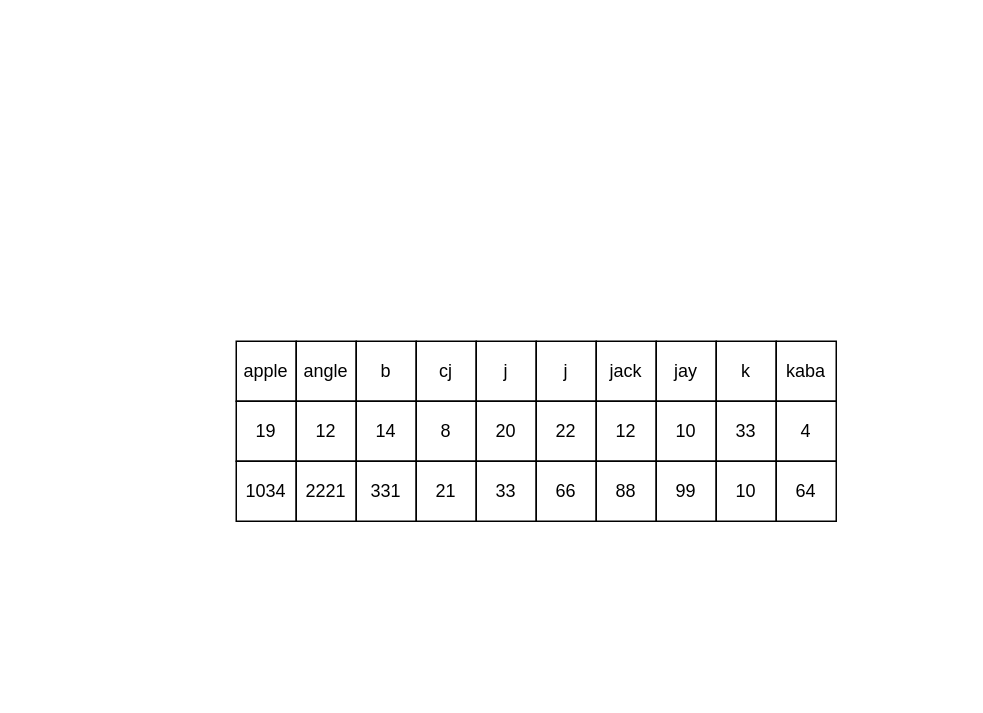
This is mysql/索引/q4.drawio from xiaolincoder/ImageHost4, a draw.io file, before an edit. Source tidied: cells renumbered, new cells numbered last; positions are measured from the earlier drawing's top-left corner, leaving out a move shared by most shapes. Both pictures are drawn from the tidied source at 150%, with x=0, y=0 at pixel (236, 340).
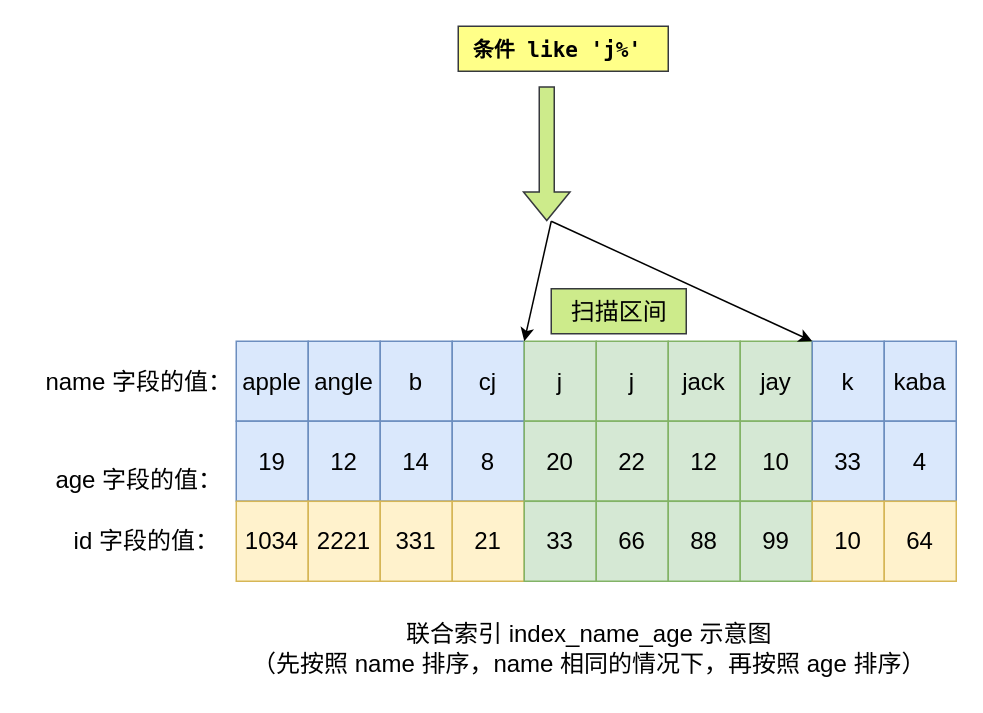
After the change.

The edit, as a diff of the source:
```diff
@@
-    <mxCell id="2" value="apple" style="rounded=0;whiteSpace=wrap;html=1;" parent="1" vertex="1">
-      <mxGeometry width="40" height="40" as="geometry" />
+    <mxCell id="2" value="apple" style="rounded=0;whiteSpace=wrap;html=1;fontSize=16;fillColor=#dae8fc;strokeColor=#6c8ebf;" parent="1" vertex="1">
+      <mxGeometry width="48" height="53.3" as="geometry" />
     </mxCell>
-    <mxCell id="3" value="angle" style="rounded=0;whiteSpace=wrap;html=1;" parent="1" vertex="1">
-      <mxGeometry x="40" width="40" height="40" as="geometry" />
+    <mxCell id="3" value="angle" style="rounded=0;whiteSpace=wrap;html=1;fontSize=16;fillColor=#dae8fc;strokeColor=#6c8ebf;" parent="1" vertex="1">
+      <mxGeometry x="48" width="48" height="53.3" as="geometry" />
     </mxCell>
-    <mxCell id="4" value="b" style="rounded=0;whiteSpace=wrap;html=1;" parent="1" vertex="1">
-      <mxGeometry x="80" width="40" height="40" as="geometry" />
+    <mxCell id="4" value="b" style="rounded=0;whiteSpace=wrap;html=1;fontSize=16;fillColor=#dae8fc;strokeColor=#6c8ebf;" parent="1" vertex="1">
+      <mxGeometry x="96" width="48" height="53.3" as="geometry" />
     </mxCell>
-    <mxCell id="5" value="cj" style="rounded=0;whiteSpace=wrap;html=1;" parent="1" vertex="1">
-      <mxGeometry x="120" width="40" height="40" as="geometry" />
+    <mxCell id="5" value="cj" style="rounded=0;whiteSpace=wrap;html=1;fontSize=16;fillColor=#dae8fc;strokeColor=#6c8ebf;" parent="1" vertex="1">
+      <mxGeometry x="144" width="48" height="53.3" as="geometry" />
     </mxCell>
-    <mxCell id="6" value="j" style="rounded=0;whiteSpace=wrap;html=1;" parent="1" vertex="1">
-      <mxGeometry x="160" width="40" height="40" as="geometry" />
+    <mxCell id="6" value="j" style="rounded=0;whiteSpace=wrap;html=1;fontSize=16;fillColor=#d5e8d4;strokeColor=#82b366;" parent="1" vertex="1">
+      <mxGeometry x="192" width="48" height="53.3" as="geometry" />
     </mxCell>
-    <mxCell id="7" value="j" style="rounded=0;whiteSpace=wrap;html=1;" parent="1" vertex="1">
-      <mxGeometry x="200" width="40" height="40" as="geometry" />
+    <mxCell id="7" value="j" style="rounded=0;whiteSpace=wrap;html=1;fontSize=16;fillColor=#d5e8d4;strokeColor=#82b366;" parent="1" vertex="1">
+      <mxGeometry x="240" width="48" height="53.3" as="geometry" />
     </mxCell>
-    <mxCell id="8" value="jack" style="rounded=0;whiteSpace=wrap;html=1;" parent="1" vertex="1">
-      <mxGeometry x="240" width="40" height="40" as="geometry" />
+    <mxCell id="8" value="jack" style="rounded=0;whiteSpace=wrap;html=1;fontSize=16;fillColor=#d5e8d4;strokeColor=#82b366;" parent="1" vertex="1">
+      <mxGeometry x="288" width="48" height="53.3" as="geometry" />
     </mxCell>
-    <mxCell id="9" value="jay" style="rounded=0;whiteSpace=wrap;html=1;" parent="1" vertex="1">
-      <mxGeometry x="280" width="40" height="40" as="geometry" />
+    <mxCell id="9" value="jay" style="rounded=0;whiteSpace=wrap;html=1;fontSize=16;fillColor=#d5e8d4;strokeColor=#82b366;" parent="1" vertex="1">
+      <mxGeometry x="336" width="48" height="53.3" as="geometry" />
     </mxCell>
-    <mxCell id="10" value="k" style="rounded=0;whiteSpace=wrap;html=1;" parent="1" vertex="1">
-      <mxGeometry x="320" width="40" height="40" as="geometry" />
+    <mxCell id="10" value="k" style="rounded=0;whiteSpace=wrap;html=1;fontSize=16;fillColor=#dae8fc;strokeColor=#6c8ebf;" parent="1" vertex="1">
+      <mxGeometry x="384" width="48" height="53.3" as="geometry" />
     </mxCell>
-    <mxCell id="11" value="kaba" style="rounded=0;whiteSpace=wrap;html=1;" parent="1" vertex="1">
-      <mxGeometry x="360" width="40" height="40" as="geometry" />
+    <mxCell id="11" value="kaba" style="rounded=0;whiteSpace=wrap;html=1;fontSize=16;fillColor=#dae8fc;strokeColor=#6c8ebf;" parent="1" vertex="1">
+      <mxGeometry x="432" width="48" height="53.3" as="geometry" />
     </mxCell>
-    <mxCell id="12" value="19" style="rounded=0;whiteSpace=wrap;html=1;" parent="1" vertex="1">
-      <mxGeometry y="40" width="40" height="40" as="geometry" />
+    <mxCell id="12" value="19" style="rounded=0;whiteSpace=wrap;html=1;fontSize=16;fillColor=#dae8fc;strokeColor=#6c8ebf;" parent="1" vertex="1">
+      <mxGeometry y="53.3" width="48" height="53.3" as="geometry" />
     </mxCell>
-    <mxCell id="13" value="12" style="rounded=0;whiteSpace=wrap;html=1;" parent="1" vertex="1">
-      <mxGeometry x="40" y="40" width="40" height="40" as="geometry" />
+    <mxCell id="13" value="12" style="rounded=0;whiteSpace=wrap;html=1;fontSize=16;fillColor=#dae8fc;strokeColor=#6c8ebf;" parent="1" vertex="1">
+      <mxGeometry x="48" y="53.3" width="48" height="53.3" as="geometry" />
     </mxCell>
-    <mxCell id="14" value="14" style="rounded=0;whiteSpace=wrap;html=1;" parent="1" vertex="1">
-      <mxGeometry x="80" y="40" width="40" height="40" as="geometry" />
+    <mxCell id="14" value="14" style="rounded=0;whiteSpace=wrap;html=1;fontSize=16;fillColor=#dae8fc;strokeColor=#6c8ebf;" parent="1" vertex="1">
+      <mxGeometry x="96" y="53.3" width="48" height="53.3" as="geometry" />
     </mxCell>
-    <mxCell id="15" value="8" style="rounded=0;whiteSpace=wrap;html=1;" parent="1" vertex="1">
-      <mxGeometry x="120" y="40" width="40" height="40" as="geometry" />
+    <mxCell id="15" value="8" style="rounded=0;whiteSpace=wrap;html=1;fontSize=16;fillColor=#dae8fc;strokeColor=#6c8ebf;" parent="1" vertex="1">
+      <mxGeometry x="144" y="53.3" width="48" height="53.3" as="geometry" />
     </mxCell>
-    <mxCell id="16" value="20" style="rounded=0;whiteSpace=wrap;html=1;" parent="1" vertex="1">
-      <mxGeometry x="160" y="40" width="40" height="40" as="geometry" />
+    <mxCell id="16" value="20" style="rounded=0;whiteSpace=wrap;html=1;fontSize=16;fillColor=#d5e8d4;strokeColor=#82b366;" parent="1" vertex="1">
+      <mxGeometry x="192" y="53.3" width="48" height="53.3" as="geometry" />
     </mxCell>
-    <mxCell id="17" value="22" style="rounded=0;whiteSpace=wrap;html=1;" parent="1" vertex="1">
-      <mxGeometry x="200" y="40" width="40" height="40" as="geometry" />
+    <mxCell id="17" value="22" style="rounded=0;whiteSpace=wrap;html=1;fontSize=16;fillColor=#d5e8d4;strokeColor=#82b366;" parent="1" vertex="1">
+      <mxGeometry x="240" y="53.3" width="48" height="53.3" as="geometry" />
     </mxCell>
-    <mxCell id="18" value="12" style="rounded=0;whiteSpace=wrap;html=1;" parent="1" vertex="1">
-      <mxGeometry x="240" y="40" width="40" height="40" as="geometry" />
+    <mxCell id="18" value="12" style="rounded=0;whiteSpace=wrap;html=1;fontSize=16;fillColor=#d5e8d4;strokeColor=#82b366;" parent="1" vertex="1">
+      <mxGeometry x="288" y="53.3" width="48" height="53.3" as="geometry" />
     </mxCell>
-    <mxCell id="19" value="10" style="rounded=0;whiteSpace=wrap;html=1;" parent="1" vertex="1">
-      <mxGeometry x="280" y="40" width="40" height="40" as="geometry" />
+    <mxCell id="19" value="10" style="rounded=0;whiteSpace=wrap;html=1;fontSize=16;fillColor=#d5e8d4;strokeColor=#82b366;" parent="1" vertex="1">
+      <mxGeometry x="336" y="53.3" width="48" height="53.3" as="geometry" />
     </mxCell>
-    <mxCell id="20" value="33" style="rounded=0;whiteSpace=wrap;html=1;" parent="1" vertex="1">
-      <mxGeometry x="320" y="40" width="40" height="40" as="geometry" />
+    <mxCell id="20" value="33" style="rounded=0;whiteSpace=wrap;html=1;fontSize=16;fillColor=#dae8fc;strokeColor=#6c8ebf;" parent="1" vertex="1">
+      <mxGeometry x="384" y="53.3" width="48" height="53.3" as="geometry" />
     </mxCell>
-    <mxCell id="21" value="4" style="rounded=0;whiteSpace=wrap;html=1;" parent="1" vertex="1">
-      <mxGeometry x="360" y="40" width="40" height="40" as="geometry" />
+    <mxCell id="21" value="4" style="rounded=0;whiteSpace=wrap;html=1;fontSize=16;fillColor=#dae8fc;strokeColor=#6c8ebf;" parent="1" vertex="1">
+      <mxGeometry x="432" y="53.3" width="48" height="53.3" as="geometry" />
     </mxCell>
-    <mxCell id="22" value="1034" style="rounded=0;whiteSpace=wrap;html=1;" parent="1" vertex="1">
-      <mxGeometry y="80" width="40" height="40" as="geometry" />
+    <mxCell id="22" value="1034" style="rounded=0;whiteSpace=wrap;html=1;fontSize=16;fillColor=#fff2cc;strokeColor=#d6b656;" parent="1" vertex="1">
+      <mxGeometry y="106.7" width="48" height="53.3" as="geometry" />
     </mxCell>
-    <mxCell id="23" value="2221" style="rounded=0;whiteSpace=wrap;html=1;" parent="1" vertex="1">
-      <mxGeometry x="40" y="80" width="40" height="40" as="geometry" />
+    <mxCell id="23" value="2221" style="rounded=0;whiteSpace=wrap;html=1;fontSize=16;fillColor=#fff2cc;strokeColor=#d6b656;" parent="1" vertex="1">
+      <mxGeometry x="48" y="106.7" width="48" height="53.3" as="geometry" />
     </mxCell>
-    <mxCell id="24" value="331" style="rounded=0;whiteSpace=wrap;html=1;" parent="1" vertex="1">
-      <mxGeometry x="80" y="80" width="40" height="40" as="geometry" />
+    <mxCell id="24" value="331" style="rounded=0;whiteSpace=wrap;html=1;fontSize=16;fillColor=#fff2cc;strokeColor=#d6b656;" parent="1" vertex="1">
+      <mxGeometry x="96" y="106.7" width="48" height="53.3" as="geometry" />
     </mxCell>
-    <mxCell id="25" value="21" style="rounded=0;whiteSpace=wrap;html=1;" parent="1" vertex="1">
-      <mxGeometry x="120" y="80" width="40" height="40" as="geometry" />
+    <mxCell id="25" value="21" style="rounded=0;whiteSpace=wrap;html=1;fontSize=16;fillColor=#fff2cc;strokeColor=#d6b656;" parent="1" vertex="1">
+      <mxGeometry x="144" y="106.7" width="48" height="53.3" as="geometry" />
     </mxCell>
-    <mxCell id="26" value="33" style="rounded=0;whiteSpace=wrap;html=1;" parent="1" vertex="1">
-      <mxGeometry x="160" y="80" width="40" height="40" as="geometry" />
+    <mxCell id="26" value="33" style="rounded=0;whiteSpace=wrap;html=1;fontSize=16;fillColor=#d5e8d4;strokeColor=#82b366;" parent="1" vertex="1">
+      <mxGeometry x="192" y="106.7" width="48" height="53.3" as="geometry" />
     </mxCell>
-    <mxCell id="27" value="66" style="rounded=0;whiteSpace=wrap;html=1;" parent="1" vertex="1">
-      <mxGeometry x="200" y="80" width="40" height="40" as="geometry" />
+    <mxCell id="27" value="66" style="rounded=0;whiteSpace=wrap;html=1;fontSize=16;fillColor=#d5e8d4;strokeColor=#82b366;" parent="1" vertex="1">
+      <mxGeometry x="240" y="106.7" width="48" height="53.3" as="geometry" />
     </mxCell>
-    <mxCell id="28" value="88" style="rounded=0;whiteSpace=wrap;html=1;" parent="1" vertex="1">
-      <mxGeometry x="240" y="80" width="40" height="40" as="geometry" />
+    <mxCell id="28" value="88" style="rounded=0;whiteSpace=wrap;html=1;fontSize=16;fillColor=#d5e8d4;strokeColor=#82b366;" parent="1" vertex="1">
+      <mxGeometry x="288" y="106.7" width="48" height="53.3" as="geometry" />
     </mxCell>
-    <mxCell id="29" value="99" style="rounded=0;whiteSpace=wrap;html=1;" parent="1" vertex="1">
-      <mxGeometry x="280" y="80" width="40" height="40" as="geometry" />
+    <mxCell id="29" value="99" style="rounded=0;whiteSpace=wrap;html=1;fontSize=16;fillColor=#d5e8d4;strokeColor=#82b366;" parent="1" vertex="1">
+      <mxGeometry x="336" y="106.7" width="48" height="53.3" as="geometry" />
     </mxCell>
-    <mxCell id="30" value="10" style="rounded=0;whiteSpace=wrap;html=1;" parent="1" vertex="1">
-      <mxGeometry x="320" y="80" width="40" height="40" as="geometry" />
+    <mxCell id="30" value="10" style="rounded=0;whiteSpace=wrap;html=1;fontSize=16;fillColor=#fff2cc;strokeColor=#d6b656;" parent="1" vertex="1">
+      <mxGeometry x="384" y="106.7" width="48" height="53.3" as="geometry" />
     </mxCell>
-    <mxCell id="31" value="64" style="rounded=0;whiteSpace=wrap;html=1;" parent="1" vertex="1">
-      <mxGeometry x="360" y="80" width="40" height="40" as="geometry" />
+    <mxCell id="31" value="64" style="rounded=0;whiteSpace=wrap;html=1;fontSize=16;fillColor=#fff2cc;strokeColor=#d6b656;" parent="1" vertex="1">
+      <mxGeometry x="432" y="106.7" width="48" height="53.3" as="geometry" />
     </mxCell>
+    <mxCell id="32" value="id 字段的值：" style="text;html=1;align=center;verticalAlign=middle;strokeColor=none;fillColor=none;fontSize=16;" parent="1" vertex="1">
+      <mxGeometry x="-120" y="118.3" width="120" height="30" as="geometry" />
+    </mxCell>
+    <mxCell id="33" value="age 字段的值：" style="text;html=1;align=center;verticalAlign=middle;strokeColor=none;fillColor=none;fontSize=16;" parent="1" vertex="1">
+      <mxGeometry x="-130" y="76.7" width="130" height="30" as="geometry" />
+    </mxCell>
+    <mxCell id="34" value="name 字段的值：" style="text;html=1;align=center;verticalAlign=middle;strokeColor=none;fillColor=none;fontSize=16;" parent="1" vertex="1">
+      <mxGeometry x="-140" y="11.7" width="150" height="30" as="geometry" />
+    </mxCell>
+    <mxCell id="35" value="联合索引 index_name_age 示意图&lt;br&gt;（先按照 name 排序，name 相同的情况下，再按照 age 排序）" style="text;html=1;align=center;verticalAlign=middle;strokeColor=none;fillColor=none;fontSize=16;" parent="1" vertex="1">
+      <mxGeometry y="180" width="470" height="50" as="geometry" />
+    </mxCell>
+    <mxCell id="36" style="shape=flexArrow;endArrow=classic;html=1;rounded=0;fontSize=16;fillColor=#cdeb8b;strokeColor=#36393d;" parent="1" edge="1">
+      <mxGeometry relative="1" as="geometry">
+        <mxPoint x="207" y="-170" as="sourcePoint" />
+        <mxPoint x="207" y="-80" as="targetPoint" />
+      </mxGeometry>
+    </mxCell>
+    <mxCell id="37" value="&lt;span style=&quot;caret-color: rgb(157, 162, 166); font-family: Monaco, Consolas, &amp;quot;Andale Mono&amp;quot;, &amp;quot;DejaVu Sans Mono&amp;quot;, monospace; font-size: 14px; orphans: 4; text-align: left; text-size-adjust: auto;&quot;&gt;条件 like 'j%'&amp;nbsp;&lt;/span&gt;" style="text;html=1;align=center;verticalAlign=middle;strokeColor=#36393d;fillColor=#ffff88;fontSize=16;labelBackgroundColor=none;fontStyle=1;" parent="1" vertex="1">
+      <mxGeometry x="148" y="-210" width="140" height="30" as="geometry" />
+    </mxCell>
+    <mxCell id="38" style="endArrow=classic;html=1;rounded=0;fontSize=16;fontColor=#000000;entryX=0;entryY=0;entryDx=0;entryDy=0;" parent="1" edge="1" target="6">
+      <mxGeometry relative="1" as="geometry">
+        <mxPoint x="210" y="-80" as="sourcePoint" />
+      </mxGeometry>
+    </mxCell>
+    <mxCell id="39" style="endArrow=classic;html=1;rounded=0;fontSize=16;fontColor=#000000;entryX=1;entryY=0;entryDx=0;entryDy=0;" parent="1" edge="1" target="9">
+      <mxGeometry relative="1" as="geometry">
+        <mxPoint x="210" y="-80" as="sourcePoint" />
+      </mxGeometry>
+    </mxCell>
+    <mxCell id="40" value="扫描区间" style="text;html=1;align=center;verticalAlign=middle;strokeColor=#36393d;fillColor=#cdeb8b;fontSize=16;" parent="1" vertex="1">
+      <mxGeometry x="210" y="-35" width="90" height="30" as="geometry" />
+    </mxCell>
```
